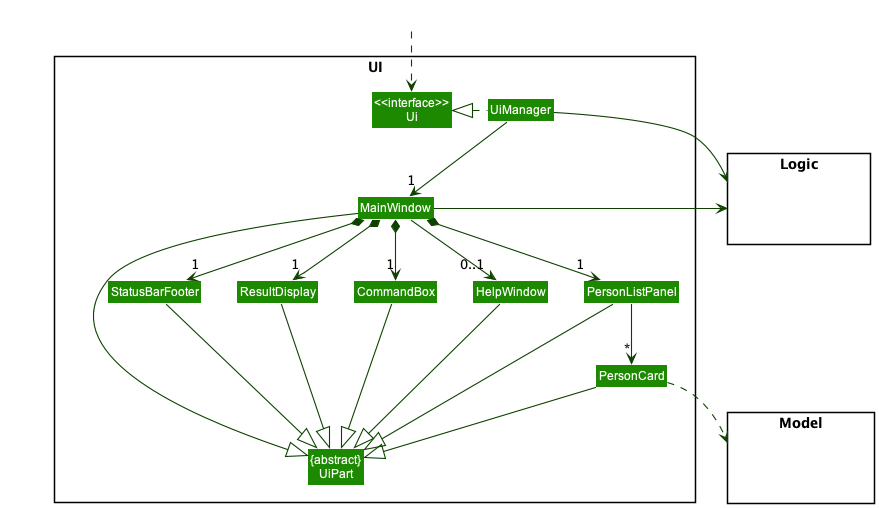
nus-cs2103-AY2223S1/tp keeps this PlantUML diagram as docs/images/UiClassDiagram.png. Above is the earlier version.
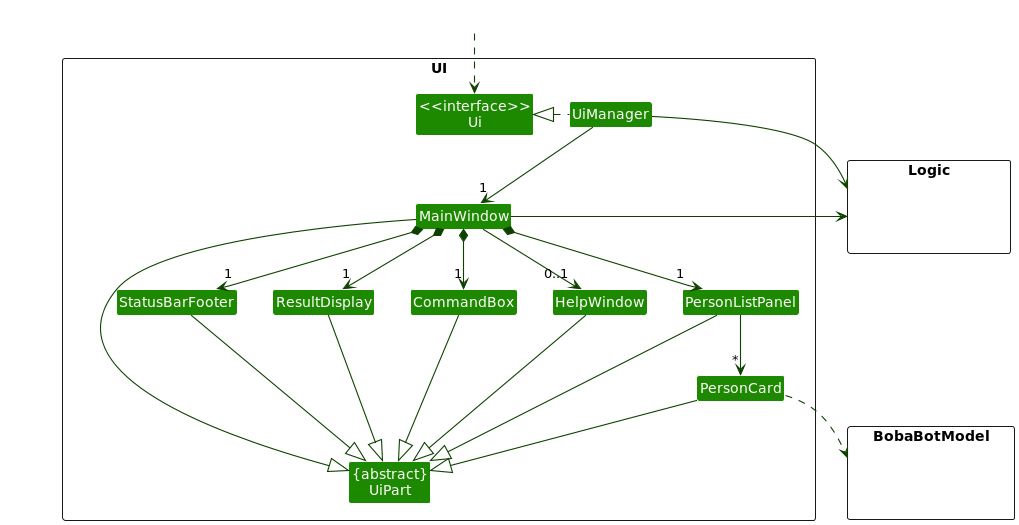
The same diagram one commit later.

What changed in the source:
```diff
@@ -17,7 +17,7 @@
 Class CommandBox
 }
 
-package Model <<Rectangle>> {
+package BobaBotModel <<Rectangle>> {
 Class HiddenModel #FFFFFF
 }
 
@@ -47,7 +47,7 @@
 StatusBarFooter --|> UiPart
 HelpWindow --|> UiPart
 
-PersonCard ..> Model
+PersonCard ..> BobaBotModel
 UiManager -right-> Logic
 MainWindow -left-> Logic
 
```
